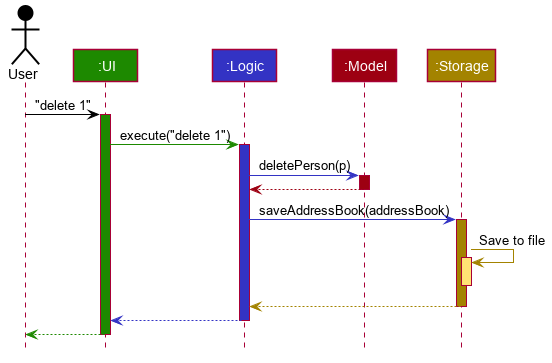
Above: docs/images/ArchitectureSequenceDiagram.png in nus-cs2103-AY1920S1/addressbook-level3 (PlantUML), before the change.
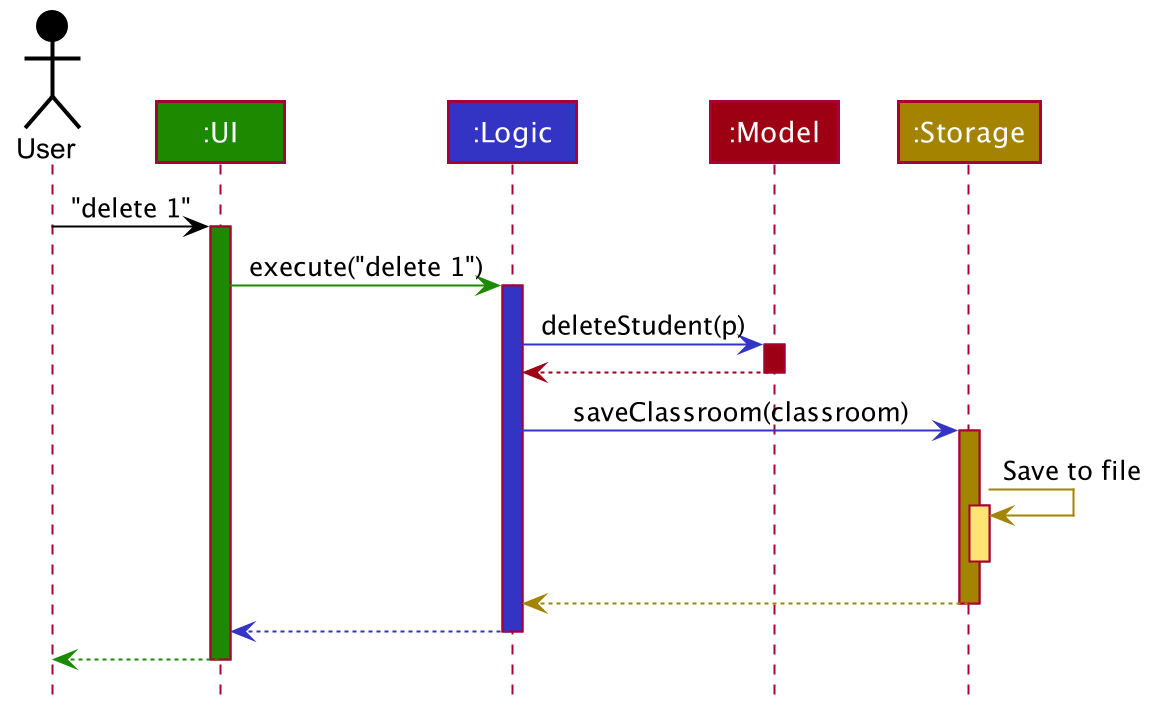
Later version of the same file.

What changed in the source:
```diff
@@ -60,13 +60,13 @@
 ui -[#1D8900]> logic : execute("delete 1")
 activate logic #3333C4
 
-logic -[#3333C4]> model : deletePerson(p)
+logic -[#3333C4]> model : deleteStudent(p)
 activate model #9D0012
 
 model -[#9D0012]-> logic
 deactivate model
 
-logic -[#3333C4]> storage : saveAddressBook(addressBook)
+logic -[#3333C4]> storage : saveClassroom(classroom)
 activate storage #A38300
 
 storage -[#A38300]> storage : Save to file
```
